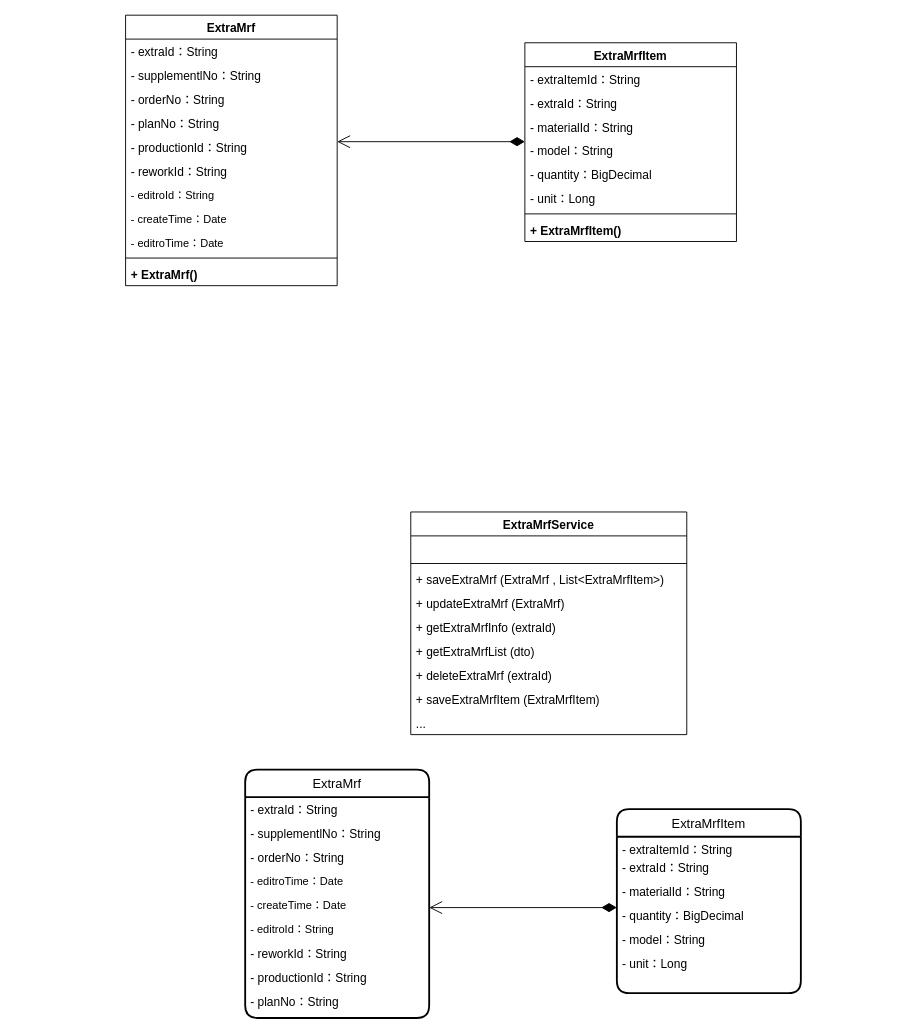
Earlier version of the draw.io diagram page "补料单" (4 of 4) of 类图.drawio (KNAI-I/test). Source tidied: cells renumbered, new cells numbered last; positions are measured from the earlier drawing's top-left corner, leaving out a move shared by most shapes. Both pictures are drawn from the tidied source at 92%, with x=0, y=0 at pixel (125, 15).
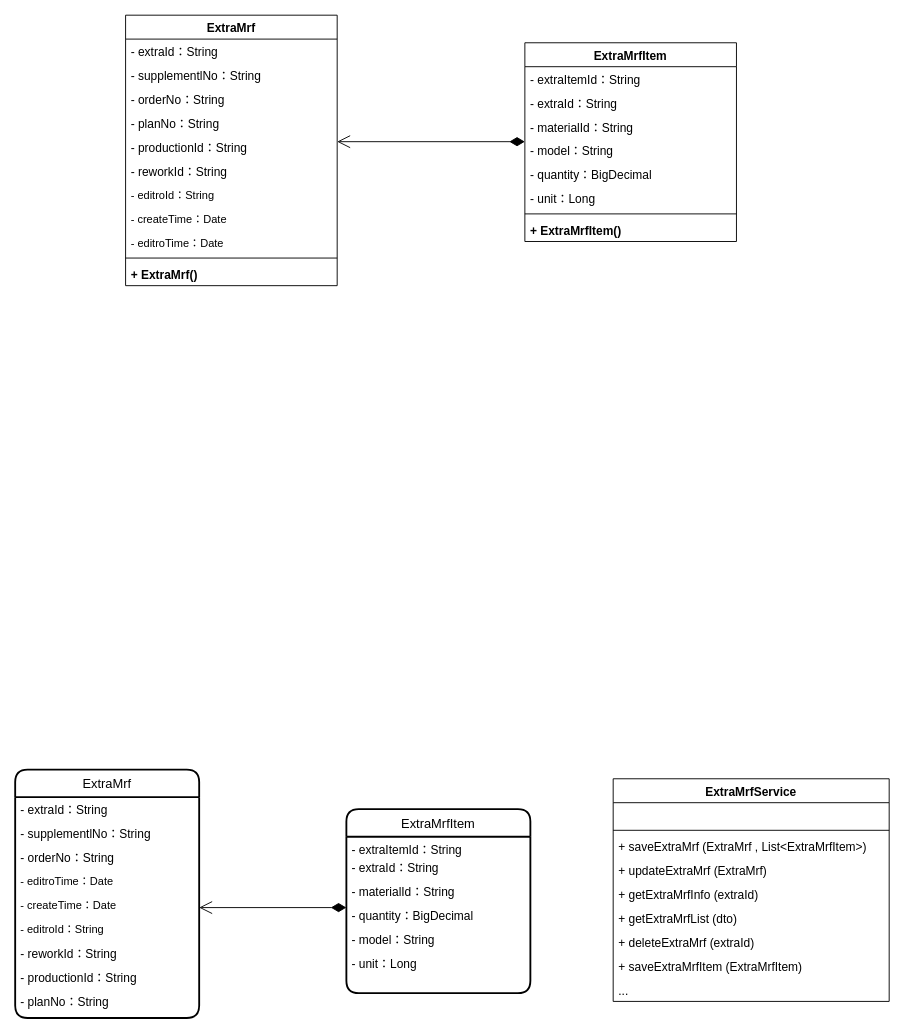
The same diagram, later.

Change to the diagram source:
```diff
@@
     <mxCell id="24" value="ExtraMrf" style="swimlane;horizontal=1;startSize=30;rounded=1;fontSize=14;fontStyle=0;strokeWidth=2;shadow=0;dashed=0;align=center;" parent="1" vertex="1">
-      <mxGeometry x="130" y="820" width="200" height="270" as="geometry" />
+      <mxGeometry x="-120" y="820" width="200" height="270" as="geometry" />
     </mxCell>
@@
     <mxCell id="34" value="ExtraMrfItem" style="swimlane;horizontal=1;startSize=30;rounded=1;fontSize=14;fontStyle=0;strokeWidth=2;shadow=0;dashed=0;align=center;" parent="1" vertex="1">
-      <mxGeometry x="534" y="863" width="200" height="200" as="geometry" />
+      <mxGeometry x="240" y="863" width="200" height="200" as="geometry" />
     </mxCell>
@@
-    <mxCell id="41" style="endArrow=open;html=1;endSize=12;startArrow=diamondThin;startSize=14;startFill=1;edgeStyle=orthogonalEdgeStyle;align=left;verticalAlign=bottom;rounded=0;fontSize=13;entryX=1.017;entryY=0.115;entryDx=0;entryDy=0;entryPerimeter=0;exitX=-0.009;exitY=0.192;exitDx=0;exitDy=0;exitPerimeter=0;" parent="1" edge="1">
+    <mxCell id="41" style="endArrow=open;html=1;endSize=12;startArrow=diamondThin;startSize=14;startFill=1;edgeStyle=orthogonalEdgeStyle;align=left;verticalAlign=bottom;rounded=0;fontSize=13;entryX=1.017;entryY=0.115;entryDx=0;entryDy=0;entryPerimeter=0;" parent="1" edge="1">
       <mxGeometry x="-0.73" relative="1" as="geometry">
-        <mxPoint x="534" y="970" as="sourcePoint" />
-        <mxPoint x="330" y="970" as="targetPoint" />
+        <mxPoint x="240" y="970" as="sourcePoint" />
+        <mxPoint x="80" y="970" as="targetPoint" />
       </mxGeometry>
     </mxCell>
     <mxCell id="42" value="ExtraMrfService" style="swimlane;fontStyle=1;align=center;verticalAlign=top;horizontal=1;startSize=26;fontSize=13;" parent="1" vertex="1">
-      <mxGeometry x="310" y="540" width="300" height="242" as="geometry" />
+      <mxGeometry x="530" y="830" width="300" height="242" as="geometry" />
     </mxCell>
```
